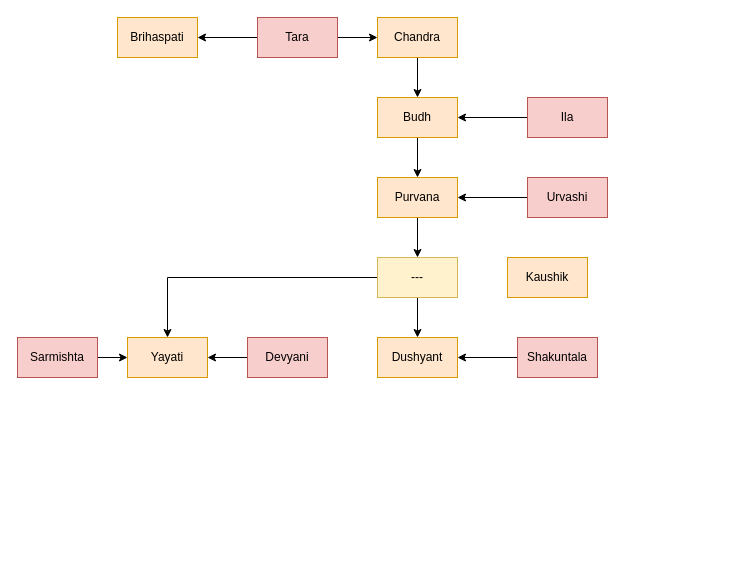
Earlier version of the draw.io diagram Untitled Diagram.drawio (swanand-sabhapatikar/Sudoku). Source tidied: cells renumbered, new cells numbered last; positions are measured from the earlier drawing's top-left corner, leaving out a move shared by most shapes. Both pictures are drawn from the tidied source at 100%, with x=0, y=0 at pixel (17, 17).
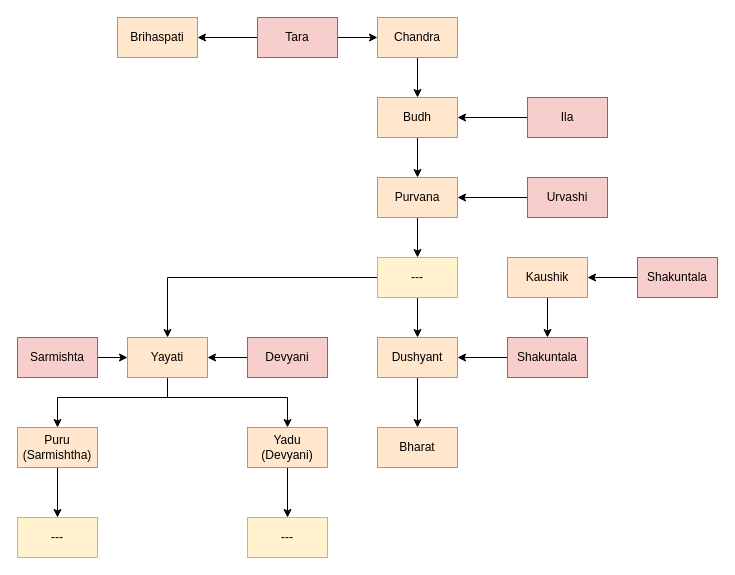
The same page after the edit.

The change refers to these unchanged cells:
```xml
<mxCell id="19" value="Yayati" style="rounded=0;whiteSpace=wrap;html=1;fillColor=#ffe6cc;strokeColor=#d79b00;" parent="1" vertex="1">
  <mxGeometry x="110" y="320" width="80" height="40" as="geometry" />
</mxCell>
<mxCell id="24" value="Dushyant" style="rounded=0;whiteSpace=wrap;html=1;fillColor=#ffe6cc;strokeColor=#d79b00;" parent="1" vertex="1">
  <mxGeometry x="360" y="320" width="80" height="40" as="geometry" />
</mxCell>
<mxCell id="27" value="Kaushik" style="rounded=0;whiteSpace=wrap;html=1;fillColor=#ffe6cc;strokeColor=#d79b00;" parent="1" vertex="1">
  <mxGeometry x="490" y="240" width="80" height="40" as="geometry" />
</mxCell>
```

The edit, as a diff of the source:
```diff
@@
+    <mxCell id="28" style="edgeStyle=orthogonalEdgeStyle;rounded=0;jettySize=auto;html=1;entryX=0.5;entryY=0;entryDx=0;entryDy=0;" parent="1" edge="1" source="19" target="33">
+      <mxGeometry relative="1" as="geometry">
+        <Array as="points">
+          <mxPoint x="150" y="380" />
+          <mxPoint x="40" y="380" />
+        </Array>
+      </mxGeometry>
+    </mxCell>
+    <mxCell id="29" style="edgeStyle=orthogonalEdgeStyle;rounded=0;jettySize=auto;html=1;entryX=0.5;entryY=0;entryDx=0;entryDy=0;" parent="1" edge="1" source="19" target="35">
+      <mxGeometry relative="1" as="geometry">
+        <Array as="points">
+          <mxPoint x="150" y="380" />
+          <mxPoint x="270" y="380" />
+        </Array>
+      </mxGeometry>
+    </mxCell>
@@
+    <mxCell id="30" style="edgeStyle=orthogonalEdgeStyle;rounded=0;jettySize=auto;html=1;entryX=0.5;entryY=0;entryDx=0;entryDy=0;" parent="1" edge="1" source="24" target="38">
+      <mxGeometry relative="1" as="geometry" />
+    </mxCell>
@@
     <mxCell id="26" value="Shakuntala" style="rounded=0;whiteSpace=wrap;html=1;fillColor=#f8cecc;strokeColor=#b85450;" parent="1" vertex="1">
-      <mxGeometry x="500" y="320" width="80" height="40" as="geometry" />
+      <mxGeometry x="490" y="320" width="80" height="40" as="geometry" />
     </mxCell>
+    <mxCell id="31" style="edgeStyle=orthogonalEdgeStyle;rounded=0;jettySize=auto;html=1;entryX=0.5;entryY=0;entryDx=0;entryDy=0;" parent="1" edge="1" source="27" target="26">
+      <mxGeometry relative="1" as="geometry" />
+    </mxCell>
@@
+    <mxCell id="32" style="edgeStyle=orthogonalEdgeStyle;rounded=0;jettySize=auto;html=1;entryX=0.5;entryY=0;entryDx=0;entryDy=0;" parent="1" edge="1" source="33" target="37">
+      <mxGeometry relative="1" as="geometry" />
+    </mxCell>
+    <mxCell id="33" value="Puru&lt;br&gt;(Sarmishtha)" style="rounded=0;whiteSpace=wrap;html=1;fillColor=#ffe6cc;strokeColor=#d79b00;" parent="1" vertex="1">
+      <mxGeometry y="410" width="80" height="40" as="geometry" />
+    </mxCell>
+    <mxCell id="34" style="edgeStyle=orthogonalEdgeStyle;rounded=0;jettySize=auto;html=1;entryX=0.5;entryY=0;entryDx=0;entryDy=0;" parent="1" edge="1" source="35" target="36">
+      <mxGeometry relative="1" as="geometry" />
+    </mxCell>
+    <mxCell id="35" value="Yadu&lt;br&gt;(Devyani&lt;span style=&quot;background-color: initial;&quot;&gt;)&lt;/span&gt;" style="rounded=0;whiteSpace=wrap;html=1;fillColor=#ffe6cc;strokeColor=#d79b00;" parent="1" vertex="1">
+      <mxGeometry x="230" y="410" width="80" height="40" as="geometry" />
+    </mxCell>
+    <mxCell id="36" value="---" style="rounded=0;whiteSpace=wrap;html=1;fillColor=#fff2cc;strokeColor=#d6b656;" parent="1" vertex="1">
+      <mxGeometry x="230" y="500" width="80" height="40" as="geometry" />
+    </mxCell>
+    <mxCell id="37" value="---" style="rounded=0;whiteSpace=wrap;html=1;fillColor=#fff2cc;strokeColor=#d6b656;" parent="1" vertex="1">
+      <mxGeometry y="500" width="80" height="40" as="geometry" />
+    </mxCell>
+    <mxCell id="38" value="Bharat" style="rounded=0;whiteSpace=wrap;html=1;fillColor=#ffe6cc;strokeColor=#d79b00;" parent="1" vertex="1">
+      <mxGeometry x="360" y="410" width="80" height="40" as="geometry" />
+    </mxCell>
+    <mxCell id="39" style="edgeStyle=orthogonalEdgeStyle;rounded=0;jettySize=auto;html=1;" parent="1" edge="1" source="40" target="27">
+      <mxGeometry relative="1" as="geometry" />
+    </mxCell>
+    <mxCell id="40" value="Shakuntala" style="rounded=0;whiteSpace=wrap;html=1;fillColor=#f8cecc;strokeColor=#b85450;" parent="1" vertex="1">
+      <mxGeometry x="620" y="240" width="80" height="40" as="geometry" />
+    </mxCell>
```
